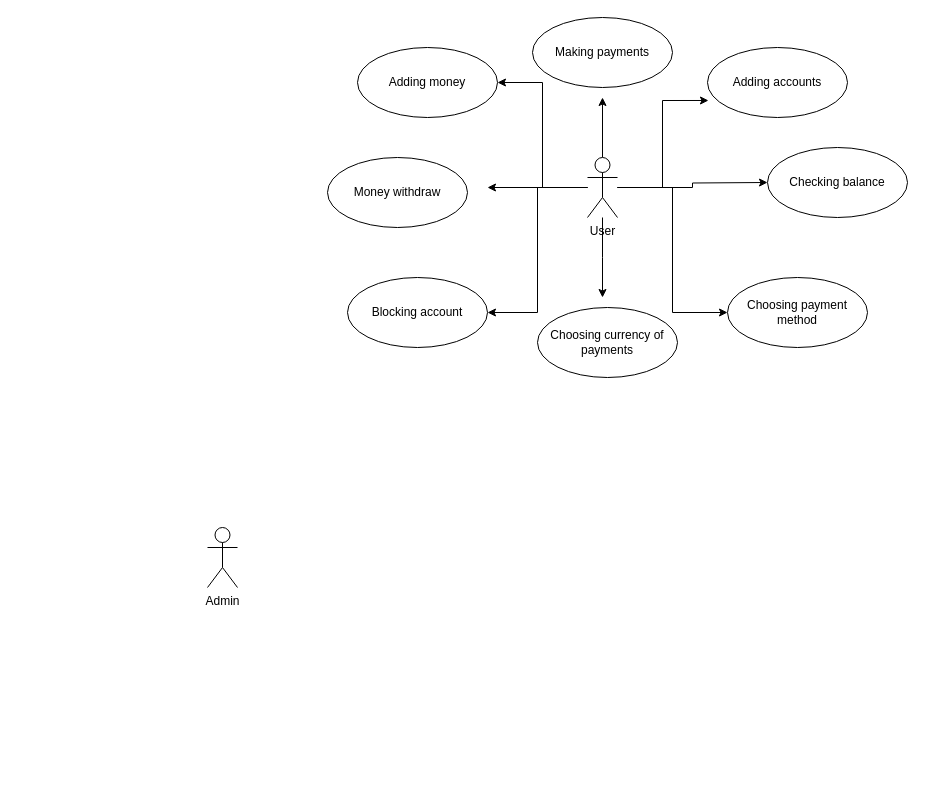
The draw.io diagram Diagram bez tytułu.drawio in fifol21/E-wallet, before the edit. Source tidied: cells renumbered, new cells numbered last; positions are measured from the earlier drawing's top-left corner, leaving out a move shared by most shapes. Both pictures are drawn from the tidied source at 100%, with x=0, y=0 at pixel (207, 17).
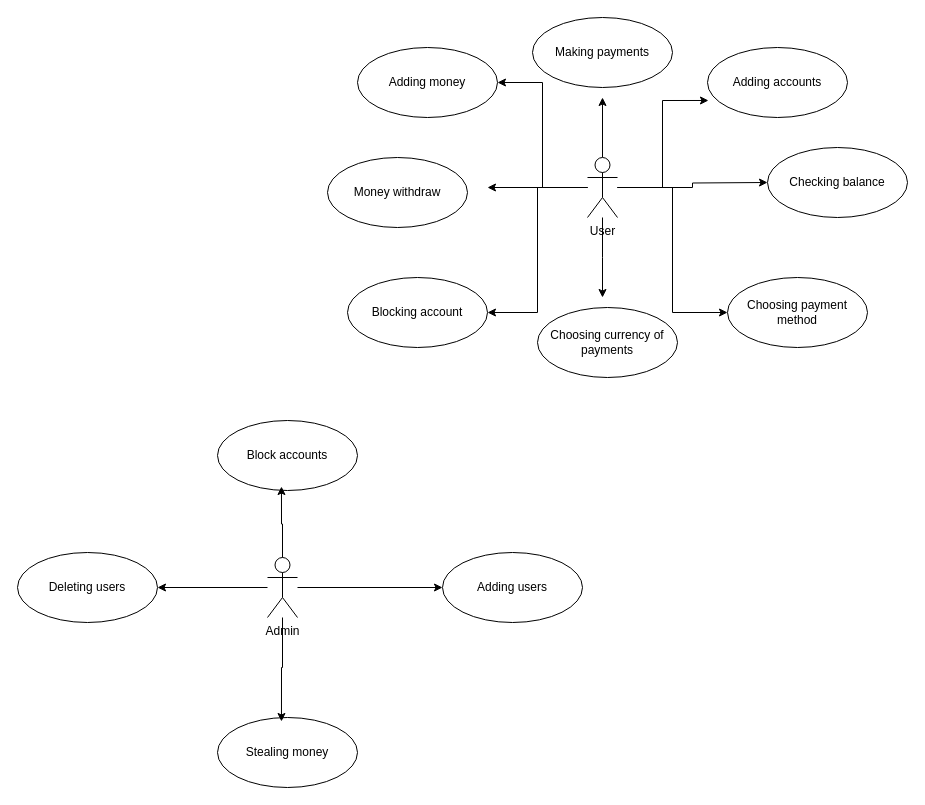
The same diagram, later.

Change to the diagram source:
```diff
@@
+    <mxCell id="20" style="edgeStyle=orthogonalEdgeStyle;rounded=0;jettySize=auto;html=1;entryX=0;entryY=0.5;entryDx=0;entryDy=0;" parent="1" edge="1" source="10" target="22">
+      <mxGeometry relative="1" as="geometry" />
+    </mxCell>
+    <mxCell id="21" style="edgeStyle=orthogonalEdgeStyle;rounded=0;jettySize=auto;html=1;entryX=1;entryY=0.5;entryDx=0;entryDy=0;" parent="1" edge="1" source="10" target="23">
+      <mxGeometry relative="1" as="geometry" />
+    </mxCell>
     <mxCell id="10" value="Admin" style="shape=umlActor;verticalLabelPosition=bottom;verticalAlign=top;html=1;" parent="1" vertex="1">
-      <mxGeometry y="510" width="30" height="60" as="geometry" />
+      <mxGeometry x="60" y="540" width="30" height="60" as="geometry" />
     </mxCell>
@@
+    <mxCell id="22" value="Adding users" style="ellipse;whiteSpace=wrap;html=1;" parent="1" vertex="1">
+      <mxGeometry x="235" y="535" width="140" height="70" as="geometry" />
+    </mxCell>
+    <mxCell id="23" value="Deleting users" style="ellipse;whiteSpace=wrap;html=1;" parent="1" vertex="1">
+      <mxGeometry x="-190" y="535" width="140" height="70" as="geometry" />
+    </mxCell>
+    <mxCell id="24" value="Block accounts" style="ellipse;whiteSpace=wrap;html=1;" parent="1" vertex="1">
+      <mxGeometry x="10" y="403" width="140" height="70" as="geometry" />
+    </mxCell>
+    <mxCell id="25" value="Stealing money" style="ellipse;whiteSpace=wrap;html=1;" parent="1" vertex="1">
+      <mxGeometry x="10" y="700" width="140" height="70" as="geometry" />
+    </mxCell>
+    <mxCell id="26" style="edgeStyle=orthogonalEdgeStyle;rounded=0;jettySize=auto;html=1;entryX=0.457;entryY=0.057;entryDx=0;entryDy=0;entryPerimeter=0;" parent="1" edge="1" source="10" target="25">
+      <mxGeometry relative="1" as="geometry" />
+    </mxCell>
+    <mxCell id="27" style="edgeStyle=orthogonalEdgeStyle;rounded=0;jettySize=auto;html=1;entryX=0.457;entryY=0.943;entryDx=0;entryDy=0;entryPerimeter=0;" parent="1" edge="1" source="10" target="24">
+      <mxGeometry relative="1" as="geometry" />
+    </mxCell>
```
